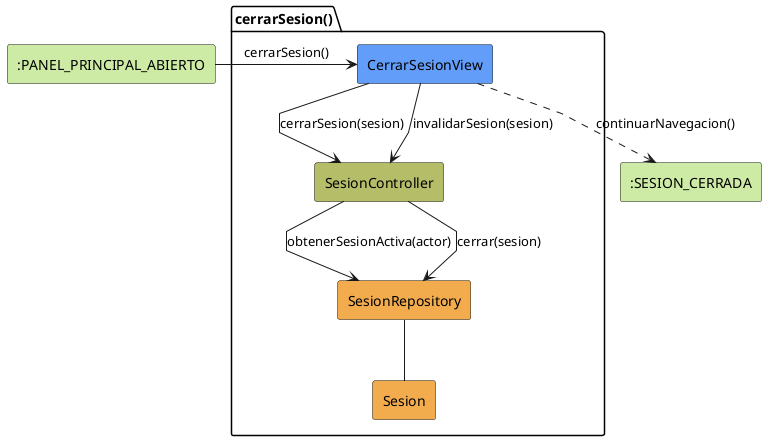
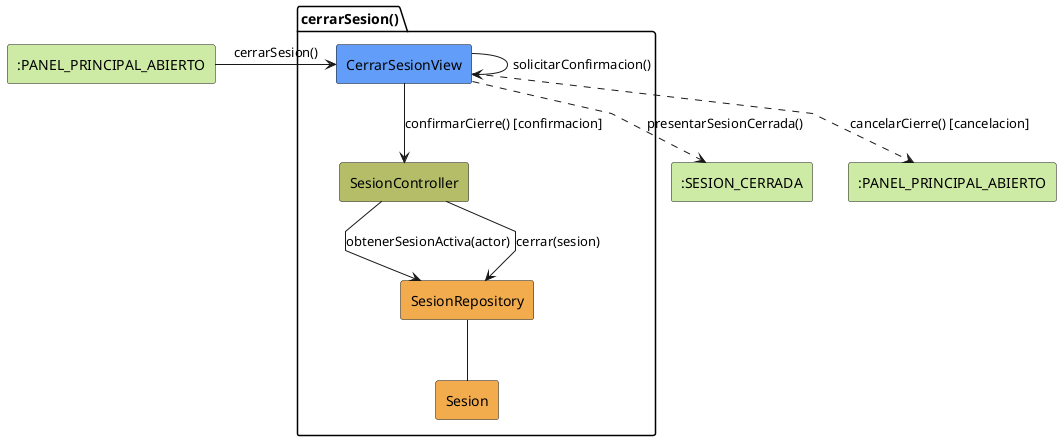
@startuml cerrarSesion-analisis
skinparam linetype polyline

rectangle #CDEBA5 ":PANEL_PRINCIPAL_ABIERTO" as EstadoEntrada
package cerrarSesion as "cerrarSesion()" {
    rectangle #629EF9 CerrarSesionView
    rectangle #b5bd68 SesionController
    rectangle #F2AC4E SesionRepository
    rectangle #F2AC4E Sesion
}

rectangle #CDEBA5 ":SESION_CERRADA" as EstadoSalida
+ rectangle #CDEBA5 ":PANEL_PRINCIPAL_ABIERTO" as EstadoCancelacion


EstadoEntrada -r-> CerrarSesionView: cerrarSesion()

- CerrarSesionView -d-> SesionController: cerrarSesion(sesion)
- CerrarSesionView --> SesionController: invalidarSesion(sesion)
+ CerrarSesionView --> CerrarSesionView: solicitarConfirmacion()
+ CerrarSesionView ..> EstadoCancelacion: cancelarCierre() [cancelacion]
+ CerrarSesionView -d-> SesionController: confirmarCierre() [confirmacion]
SesionController --> SesionRepository: obtenerSesionActiva(actor)
SesionController --> SesionRepository: cerrar(sesion)
SesionRepository -- Sesion
- CerrarSesionView ..> EstadoSalida: continuarNavegacion()
+ CerrarSesionView ..> EstadoSalida: presentarSesionCerrada()


@enduml
